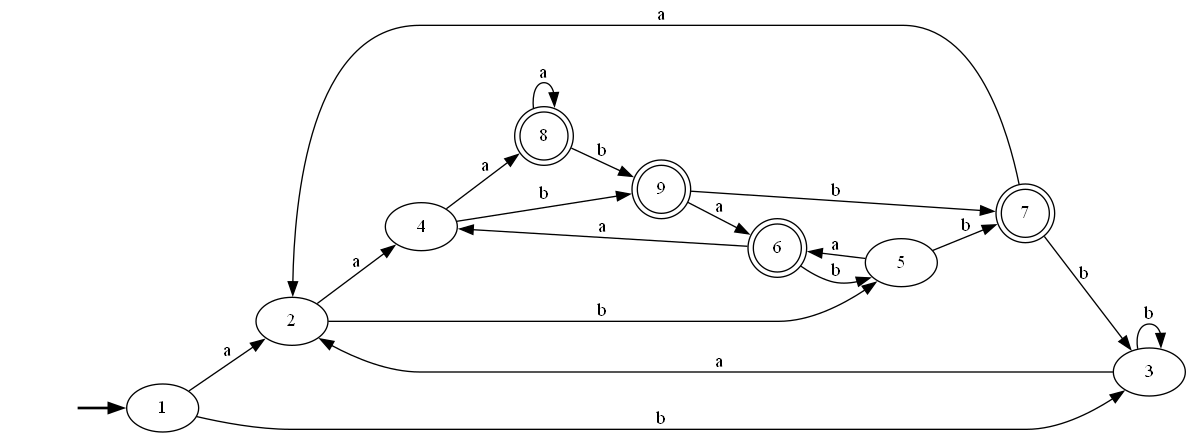
This is Pre-laboratorio B/AFNtoAFD#5PreLabB.gv.png from bar20807/CompiladorProyect, a Graphviz export, as it was before one commit. Its source is kept beside it as Pre-laboratorio B/AFNtoAFD#5PreLabB.gv. The source it was exported from:
```dot
digraph "AFNtoAFD#5PreLabB" {
	graph [rankdir=LR]
	fake [style=invisible]
	fake -> 1 [style=bold]
	1 [root=true]
	2
	1 -> 2 [label=a]
	3
	1 -> 3 [label=b]
	2
	4
	2 -> 4 [label=a]
	5
	2 -> 5 [label=b]
	3
	3 -> 2 [label=a]
	3 -> 3 [label=b]
	4
	8 [shape=doublecircle]
	4 -> 8 [label=a]
	9 [shape=doublecircle]
	4 -> 9 [label=b]
	5
	6 [shape=doublecircle]
	5 -> 6 [label=a]
	7 [shape=doublecircle]
	5 -> 7 [label=b]
	8 [shape=doublecircle]
	8 -> 8 [label=a]
	8 -> 9 [label=b]
	9 [shape=doublecircle]
	9 -> 6 [label=a]
	9 -> 7 [label=b]
	6 [shape=doublecircle]
	6 -> 4 [label=a]
	6 -> 5 [label=b]
	7 [shape=doublecircle]
	7 -> 2 [label=a]
	7 -> 3 [label=b]
}
```
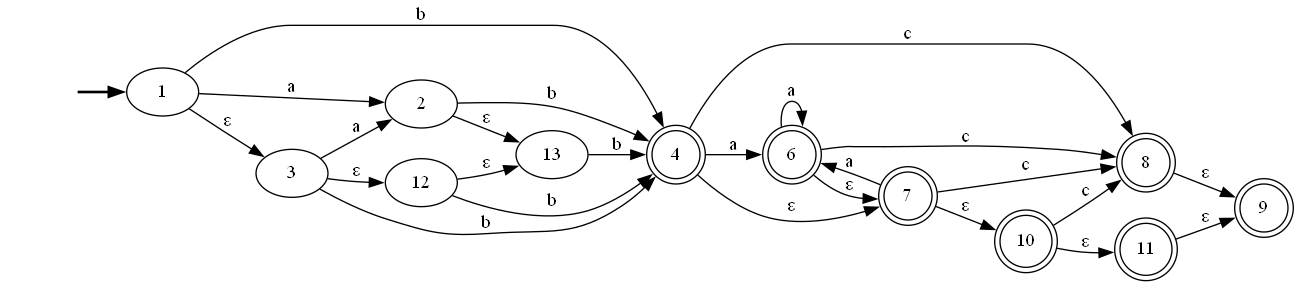
The same file after the commit.

Change to the diagram source:
```diff
@@ -6,35 +6,47 @@
 	2
 	1 -> 2 [label=a]
 	3
-	1 -> 3 [label=b]
+	1 -> 3 [label="ε"]
+	4 [shape=doublecircle]
+	1 -> 4 [label=b]
 	2
-	4
-	2 -> 4 [label=a]
-	5
-	2 -> 5 [label=b]
+	13
+	2 -> 13 [label="ε"]
+	2 -> 4 [label=b]
 	3
 	3 -> 2 [label=a]
-	3 -> 3 [label=b]
-	4
+	12
+	3 -> 12 [label="ε"]
+	3 -> 4 [label=b]
+	4 [shape=doublecircle]
+	6 [shape=doublecircle]
+	4 -> 6 [label=a]
+	7 [shape=doublecircle]
+	4 -> 7 [label="ε"]
 	8 [shape=doublecircle]
-	4 -> 8 [label=a]
+	4 -> 8 [label=c]
+	13
+	13 -> 4 [label=b]
+	12
+	12 -> 13 [label="ε"]
+	12 -> 4 [label=b]
+	6 [shape=doublecircle]
+	6 -> 6 [label=a]
+	6 -> 7 [label="ε"]
+	6 -> 8 [label=c]
+	7 [shape=doublecircle]
+	7 -> 6 [label=a]
+	10 [shape=doublecircle]
+	7 -> 10 [label="ε"]
+	7 -> 8 [label=c]
+	8 [shape=doublecircle]
 	9 [shape=doublecircle]
-	4 -> 9 [label=b]
-	5
-	6 [shape=doublecircle]
-	5 -> 6 [label=a]
-	7 [shape=doublecircle]
-	5 -> 7 [label=b]
-	8 [shape=doublecircle]
-	8 -> 8 [label=a]
-	8 -> 9 [label=b]
+	8 -> 9 [label="ε"]
+	10 [shape=doublecircle]
+	11 [shape=doublecircle]
+	10 -> 11 [label="ε"]
+	10 -> 8 [label=c]
 	9 [shape=doublecircle]
-	9 -> 6 [label=a]
-	9 -> 7 [label=b]
-	6 [shape=doublecircle]
-	6 -> 4 [label=a]
-	6 -> 5 [label=b]
-	7 [shape=doublecircle]
-	7 -> 2 [label=a]
-	7 -> 3 [label=b]
+	11 [shape=doublecircle]
+	11 -> 9 [label="ε"]
 }
```
